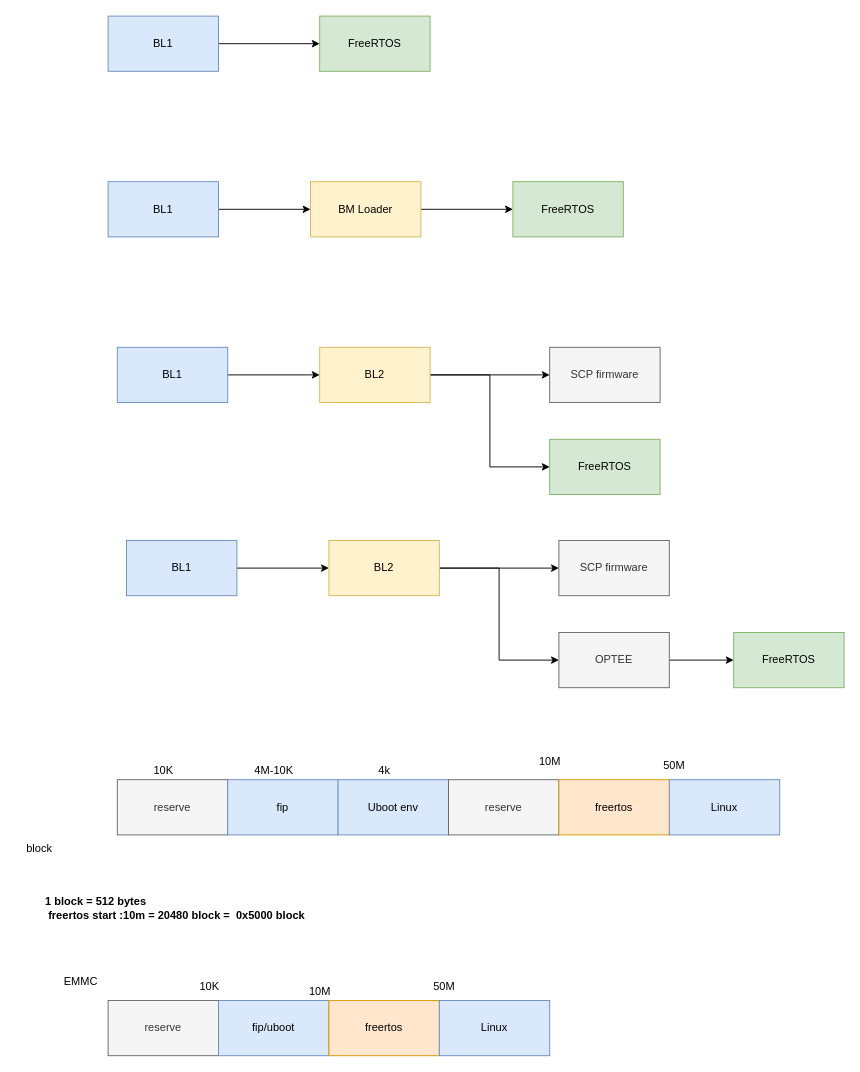
thomas-coding/drawio keeps this draw.io diagram as page "a32_freertos" (11 of 11) of alius.drawio. Above is the earlier version. Source tidied: cells renumbered, new cells numbered last; positions are measured from the earlier drawing's top-left corner, leaving out a move shared by most shapes. Both pictures are drawn from the tidied source at 92%, with x=0, y=0 at pixel (16, 16).
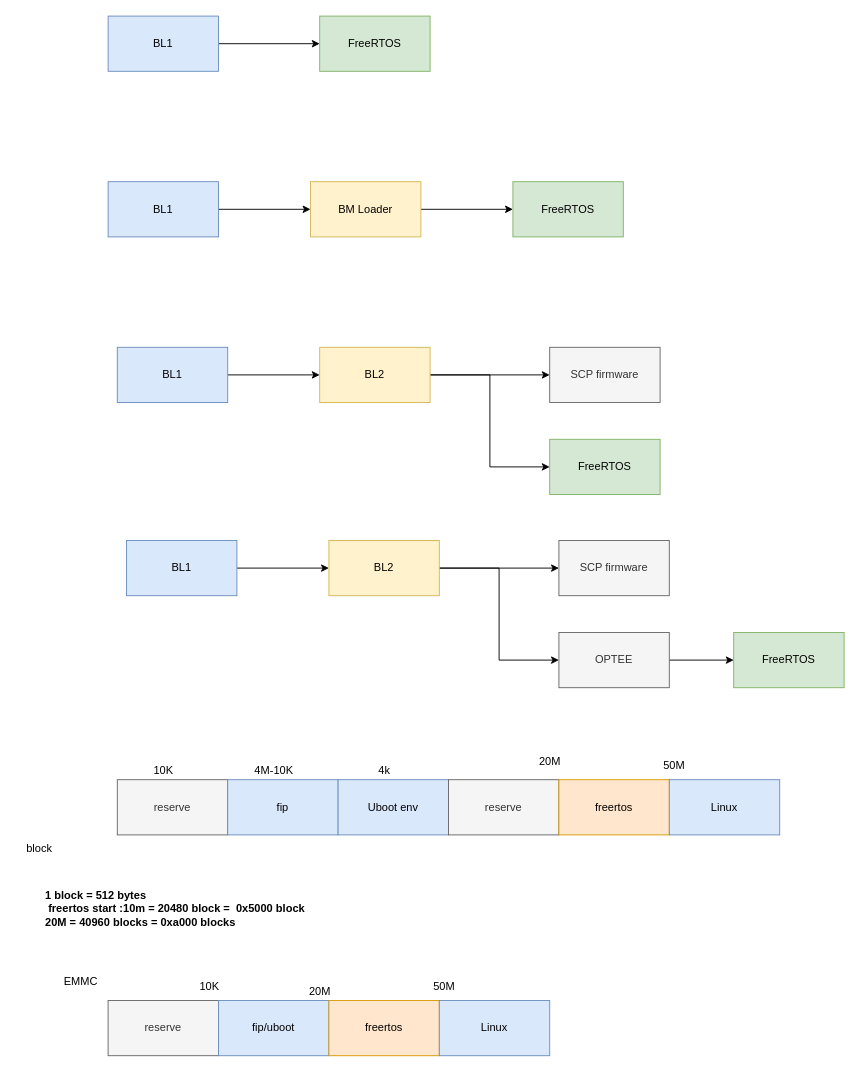
After the change.

What changed in the source:
```diff
@@
-    <mxCell id="29" value="1 block = 512 bytes&lt;br&gt;&amp;nbsp;freertos start :10m = 20480 block =&amp;nbsp; 0x5000 block" style="text;html=1;align=left;verticalAlign=middle;strokeColor=none;fillColor=none;fontStyle=1;" parent="1" vertex="1">
-      <mxGeometry x="30" y="950" width="310" height="40" as="geometry" />
+    <mxCell id="29" value="1 block = 512 bytes&lt;br&gt;&amp;nbsp;freertos start :10m = 20480 block =&amp;nbsp; 0x5000 block&lt;br&gt;20M = 40960 blocks = 0xa000 blocks" style="text;html=1;align=left;verticalAlign=middle;strokeColor=none;fillColor=none;fontStyle=1;" parent="1" vertex="1">
+      <mxGeometry x="30" y="940" width="310" height="60" as="geometry" />
     </mxCell>
@@
-    <mxCell id="36" value="10M" style="text;html=1;align=center;verticalAlign=middle;strokeColor=none;fillColor=none;" parent="1" vertex="1">
+    <mxCell id="36" value="20M" style="text;html=1;align=center;verticalAlign=middle;strokeColor=none;fillColor=none;" parent="1" vertex="1">
       <mxGeometry x="555" y="795" width="50" height="30" as="geometry" />
     </mxCell>
@@
-    <mxCell id="45" value="10M" style="text;html=1;align=center;verticalAlign=middle;strokeColor=none;fillColor=none;" parent="1" vertex="1">
+    <mxCell id="45" value="20M" style="text;html=1;align=center;verticalAlign=middle;strokeColor=none;fillColor=none;" parent="1" vertex="1">
       <mxGeometry x="305" y="1045" width="50" height="30" as="geometry" />
     </mxCell>
```
